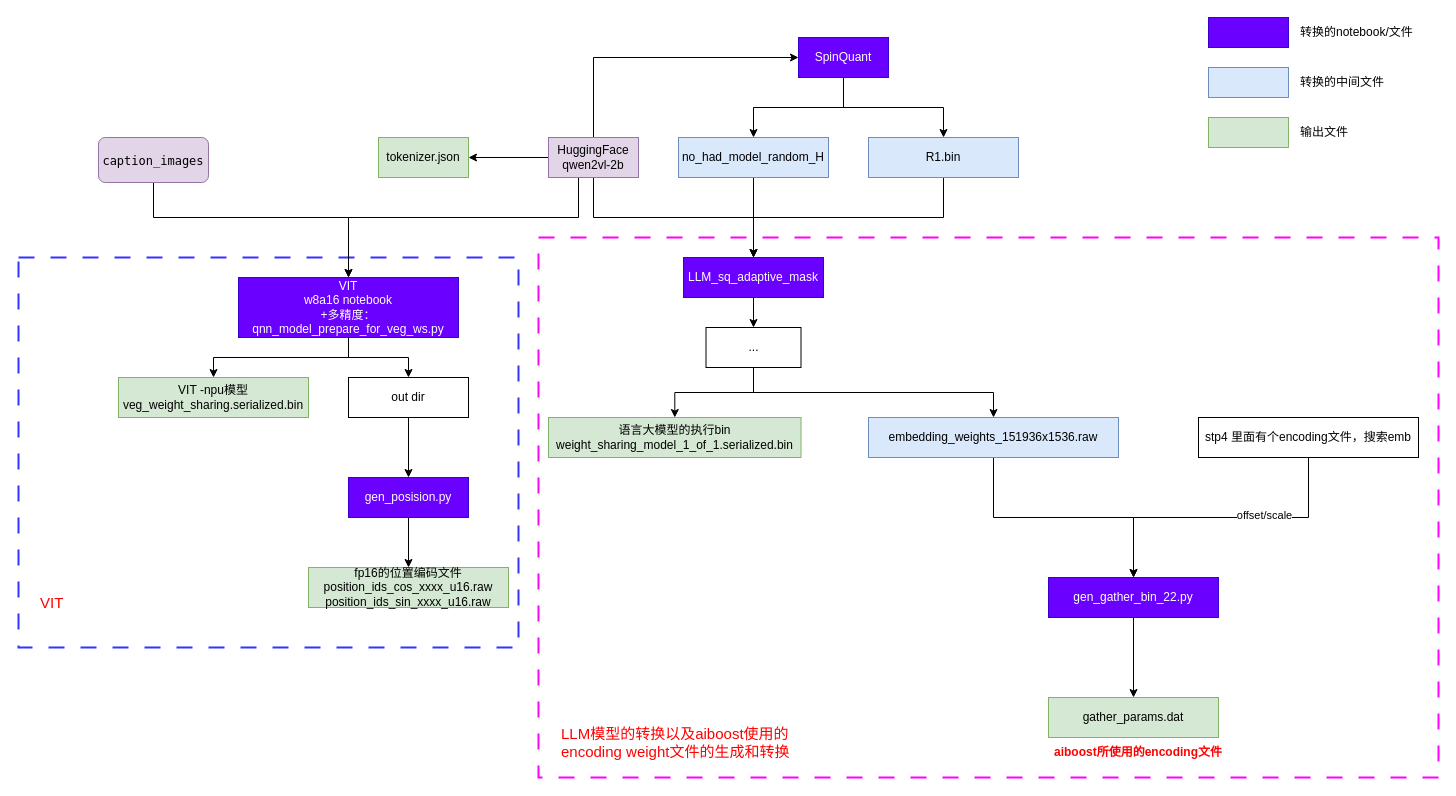
mailonghua/drawio keeps this draw.io diagram as LLM/mllm_hexagon_npu_convert.drawio. Above is the earlier version. Source tidied: cells renumbered, new cells numbered last; positions are measured from the earlier drawing's top-left corner, leaving out a move shared by most shapes. Both pictures are drawn from the tidied source at 100%, with x=0, y=0 at pixel (18, 17).
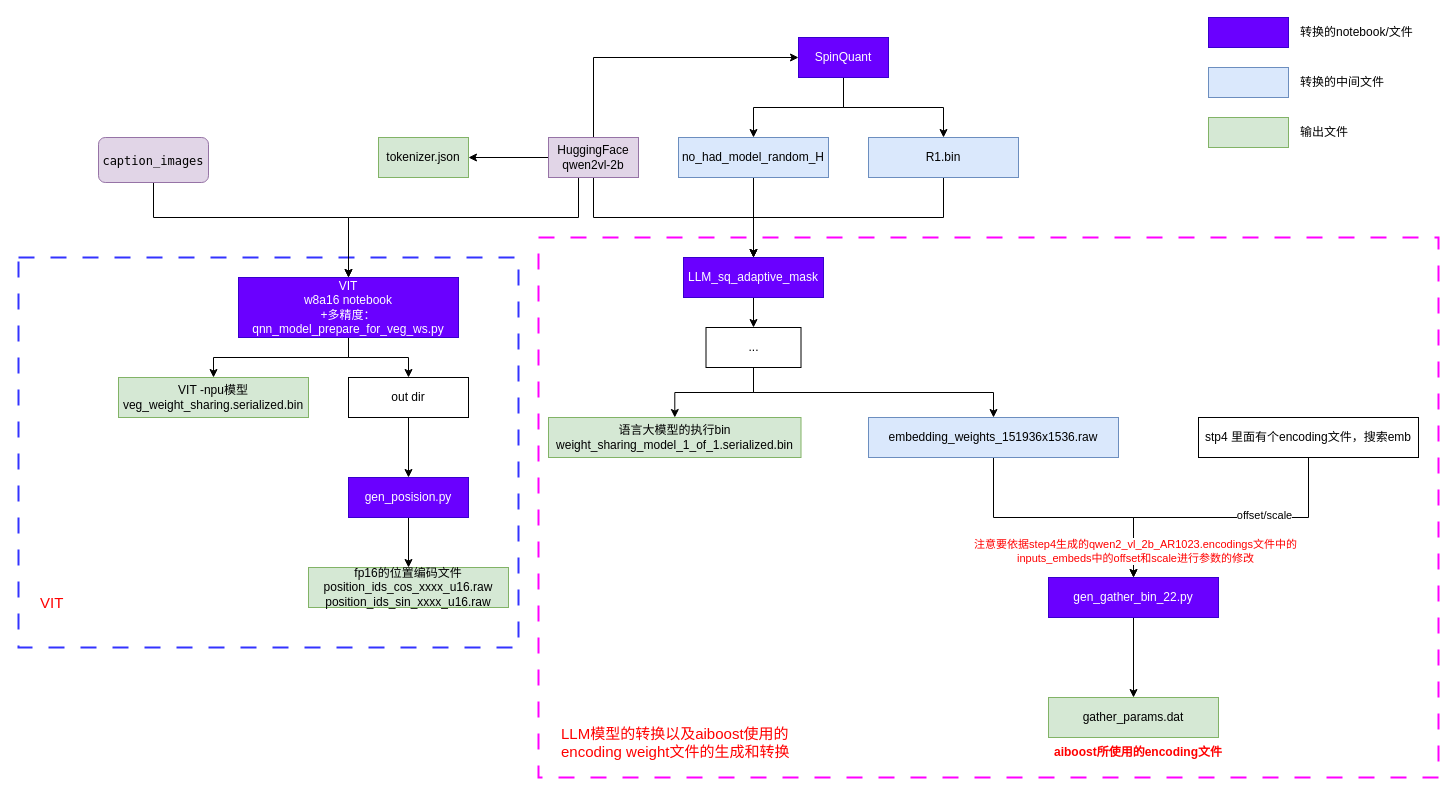
The same diagram, later.

Unchanged cells that the change refers to:
```xml
<mxCell id="38" style="edgeStyle=orthogonalEdgeStyle;rounded=0;jettySize=auto;html=1;entryX=0.5;entryY=0;entryDx=0;entryDy=0;" parent="1" edge="1" source="40" target="37">
  <mxGeometry relative="1" as="geometry" />
</mxCell>
```

What changed in the source:
```diff
@@
+    <mxCell id="52" value="注意要依据step4生成的qwen2_vl_2b_AR1023.encodings文件中的&lt;br&gt;inputs_embeds中的offset和scale进行参数的修改" style="edgeLabel;html=1;align=center;verticalAlign=middle;fontColor=#FF0000;" parent="38" vertex="1">
+      <mxGeometry x="0.82" y="1" relative="1" as="geometry" />
+    </mxCell>
```
